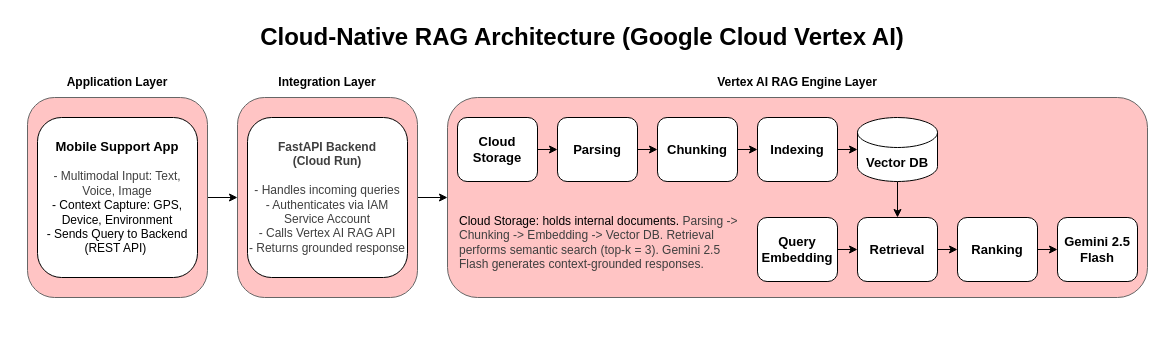
Before: 04_architecture/architecture_overview.drawio in MichaelKerscher/enterprise_knowledge, a draw.io diagram. Source tidied: cells renumbered, new cells numbered last; positions are measured from the earlier drawing's top-left corner, leaving out a move shared by most shapes. Both pictures are drawn from the tidied source at 100%, with x=0, y=0 at pixel (17, 17).
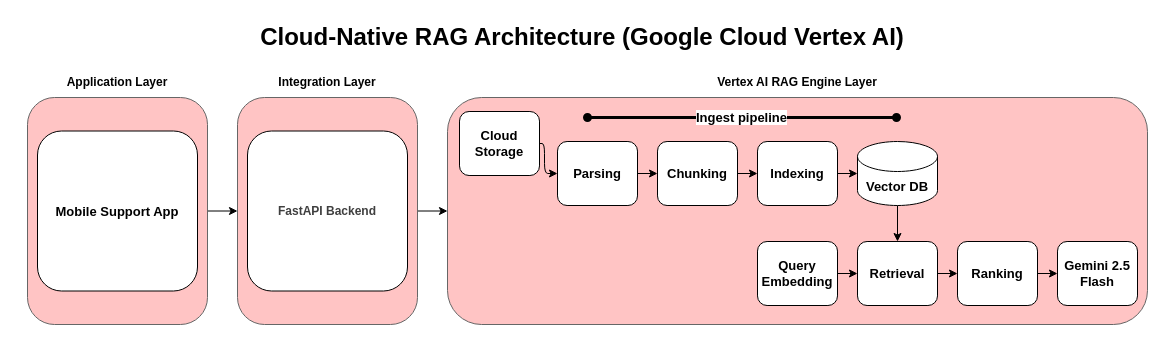
Above is the later version.

Diff of the diagram source:
```diff
@@
     <mxCell id="3" value="&lt;div style=&quot;padding-top: 0px;&quot;&gt;&lt;br&gt;&lt;/div&gt;" style="rounded=1;whiteSpace=wrap;html=1;fillColor=#FFC4C4;fontColor=#333333;strokeColor=#666666;align=center;verticalAlign=top;fontStyle=1;" parent="1" vertex="1">
-      <mxGeometry x="10" y="80" width="180" height="200" as="geometry" />
+      <mxGeometry x="10" y="80" width="180" height="227" as="geometry" />
     </mxCell>
@@
     <mxCell id="5" value="&lt;div&gt;&lt;br&gt;&lt;/div&gt;" style="rounded=1;whiteSpace=wrap;html=1;fillColor=#FFC4C4;fontColor=#333333;strokeColor=#666666;verticalAlign=top;fontStyle=1;" parent="1" vertex="1">
-      <mxGeometry x="220" y="80" width="180" height="200" as="geometry" />
+      <mxGeometry x="220" y="80" width="180" height="227" as="geometry" />
     </mxCell>
     <mxCell id="6" style="rounded=1;whiteSpace=wrap;html=1;fillColor=#FFC4C4;fontColor=#333333;strokeColor=#666666;verticalAlign=top;horizontal=1;fontStyle=1;" parent="1" vertex="1">
-      <mxGeometry x="430" y="80" width="700" height="200" as="geometry" />
+      <mxGeometry x="430" y="80" width="700" height="227" as="geometry" />
     </mxCell>
-    <mxCell id="7" value="&lt;div style=&quot;color: rgb(63, 63, 63); scrollbar-color: rgb(226, 226, 226) rgb(251, 251, 251); font-weight: 700;&quot;&gt;FastAPI Backend&lt;/div&gt;&lt;div style=&quot;color: rgb(63, 63, 63); scrollbar-color: rgb(226, 226, 226) rgb(251, 251, 251); font-weight: 700;&quot;&gt;(Cloud Run)&lt;/div&gt;&lt;div style=&quot;color: rgb(63, 63, 63); scrollbar-color: rgb(226, 226, 226) rgb(251, 251, 251); font-weight: 700;&quot;&gt;&lt;br style=&quot;color: rgb(63, 63, 63); scrollbar-color: rgb(226, 226, 226) rgb(251, 251, 251);&quot;&gt;&lt;/div&gt;&lt;div style=&quot;color: rgb(63, 63, 63); scrollbar-color: rgb(226, 226, 226) rgb(251, 251, 251);&quot;&gt;- Handles incoming queries&lt;/div&gt;&lt;div style=&quot;color: rgb(63, 63, 63); scrollbar-color: rgb(226, 226, 226) rgb(251, 251, 251);&quot;&gt;- Authenticates via IAM Service Account&lt;/div&gt;&lt;div style=&quot;color: rgb(63, 63, 63); scrollbar-color: rgb(226, 226, 226) rgb(251, 251, 251);&quot;&gt;- Calls Vertex AI RAG API&lt;/div&gt;&lt;div style=&quot;color: rgb(63, 63, 63); scrollbar-color: rgb(226, 226, 226) rgb(251, 251, 251);&quot;&gt;- Returns grounded response&lt;/div&gt;" style="rounded=1;whiteSpace=wrap;html=1;" parent="1" vertex="1">
-      <mxGeometry x="230" y="100" width="160" height="160" as="geometry" />
+    <mxCell id="7" value="&lt;div style=&quot;color: rgb(63, 63, 63); scrollbar-color: rgb(226, 226, 226) rgb(251, 251, 251); font-weight: 700;&quot;&gt;FastAPI Backend&lt;/div&gt;" style="rounded=1;whiteSpace=wrap;html=1;" parent="1" vertex="1">
+      <mxGeometry x="230" y="113.5" width="160" height="160" as="geometry" />
     </mxCell>
-    <mxCell id="8" style="edgeStyle=none;html=1;exitX=1;exitY=0.5;exitDx=0;exitDy=0;entryX=0;entryY=0.5;entryDx=0;entryDy=0;" parent="1" edge="1" source="9" target="11">
-      <mxGeometry relative="1" as="geometry" />
+    <mxCell id="8" style="edgeStyle=orthogonalEdgeStyle;html=1;exitX=1;exitY=0.5;exitDx=0;exitDy=0;entryX=0;entryY=0.5;entryDx=0;entryDy=0;" parent="1" edge="1" source="9" target="11">
+      <mxGeometry relative="1" as="geometry">
+        <Array as="points">
+          <mxPoint x="527" y="126" />
+          <mxPoint x="527" y="156" />
+        </Array>
+      </mxGeometry>
     </mxCell>
     <mxCell id="9" value="&lt;b&gt;&lt;font style=&quot;font-size: 13px;&quot;&gt;Cloud Storage&lt;/font&gt;&lt;/b&gt;" style="rounded=1;whiteSpace=wrap;html=1;fontSize=12;" parent="1" vertex="1">
-      <mxGeometry x="440" y="100" width="80" height="64" as="geometry" />
+      <mxGeometry x="442" y="94" width="80" height="64" as="geometry" />
     </mxCell>
@@
     <mxCell id="11" value="&lt;b&gt;&lt;font style=&quot;font-size: 13px;&quot;&gt;Parsing&lt;/font&gt;&lt;/b&gt;" style="rounded=1;whiteSpace=wrap;html=1;fontSize=12;" parent="1" vertex="1">
-      <mxGeometry x="540" y="100" width="80" height="64" as="geometry" />
+      <mxGeometry x="540" y="124" width="80" height="64" as="geometry" />
     </mxCell>
@@
     <mxCell id="13" value="&lt;span style=&quot;font-size: 13px;&quot;&gt;&lt;b&gt;Chunking&lt;/b&gt;&lt;/span&gt;" style="rounded=1;whiteSpace=wrap;html=1;fontSize=12;" parent="1" vertex="1">
-      <mxGeometry x="640" y="100" width="80" height="64" as="geometry" />
+      <mxGeometry x="640" y="124" width="80" height="64" as="geometry" />
     </mxCell>
     <mxCell id="14" value="&lt;span style=&quot;font-size: 13px;&quot;&gt;&lt;b&gt;Indexing&lt;/b&gt;&lt;/span&gt;" style="rounded=1;whiteSpace=wrap;html=1;fontSize=12;" parent="1" vertex="1">
-      <mxGeometry x="740" y="100" width="80" height="64" as="geometry" />
+      <mxGeometry x="740" y="124" width="80" height="64" as="geometry" />
     </mxCell>
@@
     <mxCell id="16" value="&lt;b&gt;&lt;font style=&quot;font-size: 13px;&quot;&gt;Vector DB&lt;/font&gt;&lt;/b&gt;" style="shape=cylinder3;whiteSpace=wrap;html=1;boundedLbl=1;backgroundOutline=1;size=15;" parent="1" vertex="1">
-      <mxGeometry x="840" y="100" width="80" height="64" as="geometry" />
+      <mxGeometry x="840" y="124" width="80" height="64" as="geometry" />
     </mxCell>
@@
     <mxCell id="18" value="&lt;span style=&quot;font-size: 13px;&quot;&gt;&lt;b&gt;Retrieval&lt;/b&gt;&lt;/span&gt;" style="rounded=1;whiteSpace=wrap;html=1;fontSize=12;" parent="1" vertex="1">
-      <mxGeometry x="840" y="200" width="80" height="64" as="geometry" />
+      <mxGeometry x="840" y="224" width="80" height="64" as="geometry" />
     </mxCell>
@@
     <mxCell id="20" value="&lt;span style=&quot;font-size: 13px;&quot;&gt;&lt;b&gt;Ranking&lt;/b&gt;&lt;/span&gt;" style="rounded=1;whiteSpace=wrap;html=1;fontSize=12;" parent="1" vertex="1">
-      <mxGeometry x="940" y="200" width="80" height="64" as="geometry" />
+      <mxGeometry x="940" y="224" width="80" height="64" as="geometry" />
     </mxCell>
     <mxCell id="21" value="&lt;span style=&quot;font-size: 13px;&quot;&gt;&lt;b&gt;Gemini 2.5 Flash&lt;/b&gt;&lt;/span&gt;" style="rounded=1;whiteSpace=wrap;html=1;fontSize=12;" parent="1" vertex="1">
-      <mxGeometry x="1040" y="200" width="80" height="64" as="geometry" />
+      <mxGeometry x="1040" y="224" width="80" height="64" as="geometry" />
     </mxCell>
@@
     <mxCell id="23" value="&lt;span style=&quot;font-size: 13px;&quot;&gt;&lt;b&gt;Query Embedding&lt;/b&gt;&lt;/span&gt;" style="rounded=1;whiteSpace=wrap;html=1;fontSize=12;" parent="1" vertex="1">
-      <mxGeometry x="740" y="200" width="80" height="64" as="geometry" />
+      <mxGeometry x="740" y="224" width="80" height="64" as="geometry" />
     </mxCell>
-    <mxCell id="24" value="&lt;span style=&quot;font-size: 13px;&quot;&gt;&lt;b&gt;Mobile Support App&lt;/b&gt;&lt;/span&gt;&lt;br&gt;&lt;div&gt;&lt;br&gt;&lt;/div&gt;&lt;div style=&quot;&quot;&gt;&lt;span style=&quot;color: rgb(63, 63, 63); background-color: transparent;&quot;&gt;- Multimodal Input: Text, Voice, Image&lt;/span&gt;&lt;/div&gt;&lt;div style=&quot;&quot;&gt;- Context Capture: GPS, Device, Environment&lt;/div&gt;&lt;div style=&quot;&quot;&gt;- Sends Query to Backend (REST API)&amp;nbsp;&lt;/div&gt;" style="rounded=1;whiteSpace=wrap;html=1;fontSize=12;" parent="1" vertex="1">
-      <mxGeometry x="20" y="100" width="160" height="160" as="geometry" />
+    <mxCell id="24" value="&lt;span style=&quot;font-size: 13px;&quot;&gt;&lt;b&gt;Mobile Support App&lt;/b&gt;&lt;/span&gt;" style="rounded=1;whiteSpace=wrap;html=1;fontSize=12;" parent="1" vertex="1">
+      <mxGeometry x="20" y="113.5" width="160" height="160" as="geometry" />
     </mxCell>
@@
-    <mxCell id="26" value="&lt;font color=&quot;#000000&quot;&gt;&lt;font&gt;Cloud Storage: holds internal documents.&amp;nbsp;&lt;/font&gt;&lt;span style=&quot;color: rgb(63, 63, 63);&quot;&gt;Parsing -&amp;gt; Chunking -&amp;gt; Embedding -&amp;gt; Vector DB.&amp;nbsp;&lt;/span&gt;&lt;span style=&quot;color: rgb(63, 63, 63);&quot;&gt;Retri&lt;/span&gt;&lt;font&gt;&lt;span style=&quot;color: rgb(63, 63, 63);&quot;&gt;eval performs semantic search (top-k = 3).&amp;nbsp;&lt;/span&gt;&lt;span style=&quot;color: rgb(63, 63, 63);&quot;&gt;Gemini 2.5 Flash generates context-grounded responses.&lt;/span&gt;&lt;/font&gt;&lt;/font&gt;" style="text;html=1;align=left;verticalAlign=middle;whiteSpace=wrap;rounded=0;" parent="1" vertex="1">
-      <mxGeometry x="440" y="170" width="285" height="110" as="geometry" />
-    </mxCell>
@@
+    <mxCell id="31" value="&lt;b&gt;&lt;font style=&quot;font-size: 13px;&quot;&gt;Ingest pipeline&lt;/font&gt;&lt;/b&gt;" style="endArrow=oval;html=1;strokeWidth=3;targetPerimeterSpacing=0;startArrow=oval;startFill=1;endFill=1;" parent="1" edge="1">
+      <mxGeometry relative="1" as="geometry">
+        <mxPoint x="879" y="100" as="sourcePoint" />
+        <mxPoint x="570" y="100" as="targetPoint" />
+      </mxGeometry>
+    </mxCell>
```
